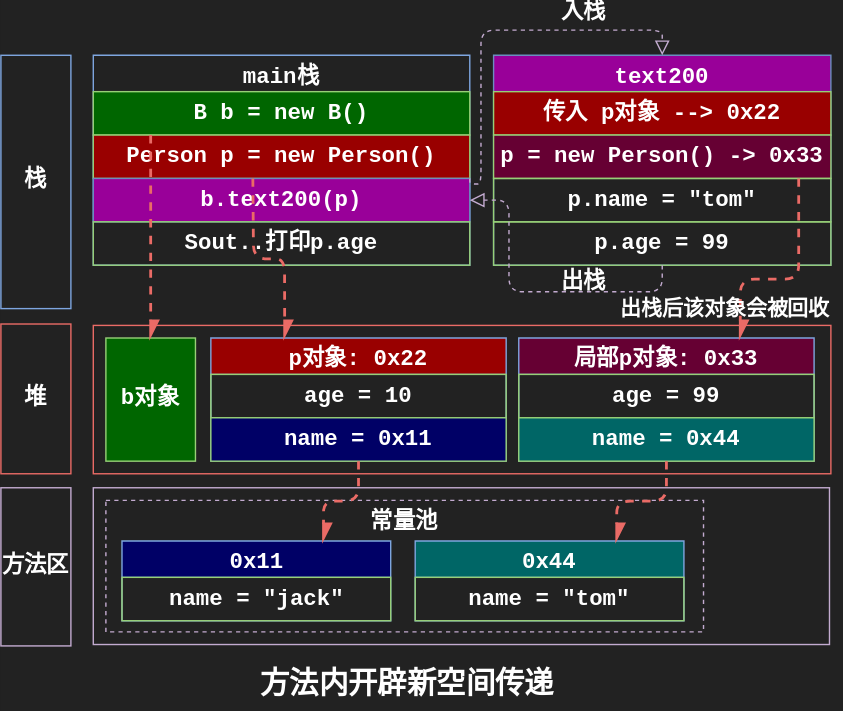
The draw.io diagram drawio/MethodMelloc.svg in Stolorzs/Picgo, before a commit. Source tidied: cells renumbered, new cells last; positions are measured from the earlier drawing's top-left corner, leaving out a move shared by most shapes. The source it was exported from:
```xml
<mxGraphModel background="#222222">
  <root>
    <mxCell id="0" />
    <mxCell id="1" parent="0" />
    <mxCell id="2" style="rounded=0;whiteSpace=wrap;html=1;strokeColor=#C3ABD0;align=center;verticalAlign=middle;fontFamily=Courier New;fontSize=12;fontColor=default;fontStyle=1;labelBackgroundColor=none;fillColor=none;" parent="1" vertex="1">
      <mxGeometry x="66" y="327" width="526" height="112" as="geometry" />
    </mxCell>
    <mxCell id="3" value="&lt;span style=&quot;color: rgb(255, 255, 255); font-size: 16px;&quot;&gt;常量池&lt;/span&gt;" style="rounded=0;whiteSpace=wrap;html=1;strokeColor=#C3ABD0;align=center;verticalAlign=top;fontFamily=Courier New;fontSize=12;fontColor=default;fontStyle=1;labelBackgroundColor=none;fillColor=none;dashed=1;" parent="1" vertex="1">
      <mxGeometry x="75" y="336" width="427" height="94" as="geometry" />
    </mxCell>
    <mxCell id="4" value="&lt;font color=&quot;#ffffff&quot;&gt;&lt;span style=&quot;font-size: 16px;&quot;&gt;main栈&lt;/span&gt;&lt;/font&gt;" style="swimlane;fontStyle=1;align=center;verticalAlign=top;horizontal=1;startSize=26;whiteSpace=wrap;html=1;fontFamily=Courier New;fontSize=12;fontColor=default;labelBackgroundColor=none;strokeColor=#7EA6E0;fillColor=none;" parent="1" vertex="1">
      <mxGeometry x="66" y="18" width="269" height="150" as="geometry" />
    </mxCell>
    <mxCell id="5" value="&lt;font color=&quot;#ffffff&quot;&gt;&lt;span style=&quot;font-size: 16px;&quot;&gt;B b = new B()&lt;/span&gt;&lt;/font&gt;" style="rounded=0;whiteSpace=wrap;html=1;strokeColor=#97D077;align=center;verticalAlign=top;fontFamily=Courier New;fontSize=12;fontColor=default;fontStyle=1;labelBackgroundColor=none;fillColor=#006600;" parent="4" vertex="1">
      <mxGeometry y="26" width="269" height="31" as="geometry" />
    </mxCell>
    <mxCell id="6" value="&lt;font color=&quot;#ffffff&quot;&gt;&lt;span style=&quot;font-size: 16px;&quot;&gt;Person p = new Person()&lt;/span&gt;&lt;/font&gt;" style="rounded=0;whiteSpace=wrap;html=1;strokeColor=#97D077;align=center;verticalAlign=top;fontFamily=Courier New;fontSize=12;fontColor=default;fontStyle=1;labelBackgroundColor=none;fillColor=#990000;" parent="4" vertex="1">
      <mxGeometry y="57" width="269" height="31" as="geometry" />
    </mxCell>
    <mxCell id="7" value="&lt;font color=&quot;#ffffff&quot;&gt;&lt;span style=&quot;font-size: 16px;&quot;&gt;b.text200(p)&lt;/span&gt;&lt;/font&gt;" style="rounded=0;whiteSpace=wrap;html=1;strokeColor=#6c8ebf;align=center;verticalAlign=top;fontFamily=Courier New;fontSize=12;fontStyle=1;labelBackgroundColor=none;fillColor=#990099;" parent="4" vertex="1">
      <mxGeometry y="88" width="269" height="31" as="geometry" />
    </mxCell>
    <mxCell id="8" value="&lt;font color=&quot;#ffffff&quot;&gt;&lt;span style=&quot;font-size: 16px;&quot;&gt;Sout..打印p.age&lt;/span&gt;&lt;/font&gt;" style="rounded=0;whiteSpace=wrap;html=1;strokeColor=#97D077;align=center;verticalAlign=top;fontFamily=Courier New;fontSize=12;fontColor=default;fontStyle=1;labelBackgroundColor=none;fillColor=none;" parent="4" vertex="1">
      <mxGeometry y="119" width="269" height="31" as="geometry" />
    </mxCell>
    <mxCell id="9" value="&lt;font color=&quot;#ffffff&quot;&gt;&lt;span style=&quot;font-size: 16px;&quot;&gt;栈&lt;/span&gt;&lt;/font&gt;" style="rounded=0;whiteSpace=wrap;html=1;strokeColor=#7EA6E0;align=center;verticalAlign=middle;fontFamily=Courier New;fontSize=12;fontColor=default;fontStyle=1;labelBackgroundColor=none;fillColor=none;" parent="1" vertex="1">
      <mxGeometry y="18" width="50" height="181" as="geometry" />
    </mxCell>
    <mxCell id="10" value="&lt;font color=&quot;#ffffff&quot;&gt;&lt;span style=&quot;font-size: 16px;&quot;&gt;text200&lt;/span&gt;&lt;/font&gt;" style="swimlane;fontStyle=1;align=center;verticalAlign=top;horizontal=1;startSize=26;whiteSpace=wrap;html=1;fontFamily=Courier New;fontSize=12;fontColor=default;labelBackgroundColor=none;strokeColor=#6c8ebf;fillColor=#990099;rounded=0;" parent="1" vertex="1">
      <mxGeometry x="352" y="18" width="241" height="150" as="geometry" />
    </mxCell>
    <mxCell id="11" value="&lt;font color=&quot;#ffffff&quot;&gt;&lt;span style=&quot;font-size: 16px;&quot;&gt;传入 p对象 --&amp;gt; 0x22&lt;/span&gt;&lt;/font&gt;" style="rounded=0;whiteSpace=wrap;html=1;strokeColor=#97D077;align=center;verticalAlign=top;fontFamily=Courier New;fontSize=12;fontColor=default;fontStyle=1;labelBackgroundColor=none;fillColor=#990000;" parent="10" vertex="1">
      <mxGeometry y="26" width="241" height="31" as="geometry" />
    </mxCell>
    <mxCell id="12" value="&lt;font color=&quot;#ffffff&quot;&gt;&lt;span style=&quot;font-size: 16px;&quot;&gt;p = new Person() -&amp;gt; 0x33&lt;/span&gt;&lt;/font&gt;" style="rounded=0;whiteSpace=wrap;html=1;strokeColor=#97D077;align=center;verticalAlign=top;fontFamily=Courier New;fontSize=12;fontColor=default;fontStyle=1;labelBackgroundColor=none;fillColor=#660033;" parent="10" vertex="1">
      <mxGeometry y="57" width="241" height="31" as="geometry" />
    </mxCell>
    <mxCell id="13" value="&lt;font color=&quot;#ffffff&quot;&gt;&lt;span style=&quot;font-size: 16px;&quot;&gt;p.name = &quot;tom&quot;&lt;/span&gt;&lt;/font&gt;" style="rounded=0;whiteSpace=wrap;html=1;strokeColor=#97D077;align=center;verticalAlign=top;fontFamily=Courier New;fontSize=12;fontColor=default;fontStyle=1;labelBackgroundColor=none;fillColor=none;" parent="10" vertex="1">
      <mxGeometry y="88" width="241" height="31" as="geometry" />
    </mxCell>
    <mxCell id="14" value="&lt;font color=&quot;#ffffff&quot;&gt;&lt;span style=&quot;font-size: 16px;&quot;&gt;p.age = 99&lt;/span&gt;&lt;/font&gt;" style="rounded=0;whiteSpace=wrap;html=1;strokeColor=#97D077;align=center;verticalAlign=top;fontFamily=Courier New;fontSize=12;fontColor=default;fontStyle=1;labelBackgroundColor=none;fillColor=none;" parent="10" vertex="1">
      <mxGeometry y="119" width="241" height="31" as="geometry" />
    </mxCell>
    <mxCell id="15" style="edgeStyle=orthogonalEdgeStyle;rounded=1;jettySize=auto;html=1;fontFamily=Courier New;fontSize=12;fontColor=default;fontStyle=1;labelBackgroundColor=none;startSize=8;endSize=8;strokeColor=#C3ABD0;endArrow=block;endFill=0;strokeWidth=1;dashed=1;curved=0;exitX=1;exitY=0;exitDx=0;exitDy=0;entryX=0.5;entryY=0;entryDx=0;entryDy=0;" parent="1" edge="1" source="7" target="10">
      <mxGeometry relative="1" as="geometry">
        <Array as="points">
          <mxPoint x="335" y="110" />
          <mxPoint x="343" y="110" />
          <mxPoint x="343" />
          <mxPoint x="473" />
        </Array>
      </mxGeometry>
    </mxCell>
    <mxCell id="16" style="edgeLabel;html=1;align=center;verticalAlign=middle;fontSize=12;strokeColor=#7EA6E0;fontFamily=Courier New;fontColor=default;fontStyle=1;labelBackgroundColor=none;fillColor=none;" parent="15" vertex="1">
      <mxGeometry x="0.11" y="2" relative="1" as="geometry">
        <mxPoint x="1" as="offset" />
      </mxGeometry>
    </mxCell>
    <mxCell id="17" value="&lt;font color=&quot;#ffffff&quot;&gt;&lt;span style=&quot;font-size: 16px;&quot;&gt;入栈&lt;/span&gt;&lt;/font&gt;" style="edgeLabel;html=1;align=center;verticalAlign=middle;fontSize=12;strokeColor=#7EA6E0;fontFamily=Courier New;fontColor=default;fontStyle=1;labelBackgroundColor=none;fillColor=none;" parent="15" vertex="1">
      <mxGeometry x="0.17" y="10" relative="1" as="geometry">
        <mxPoint x="36" y="-3" as="offset" />
      </mxGeometry>
    </mxCell>
    <mxCell id="18" style="edgeStyle=orthogonalEdgeStyle;shape=connector;curved=0;rounded=1;jettySize=auto;html=1;dashed=1;strokeColor=#C3ABD0;strokeWidth=1;align=center;verticalAlign=middle;fontFamily=Courier New;fontSize=12;fontColor=default;fontStyle=1;labelBackgroundColor=none;startSize=8;endArrow=block;endFill=0;endSize=8;exitX=0.5;exitY=1;exitDx=0;exitDy=0;entryX=1;entryY=0.5;entryDx=0;entryDy=0;" parent="1" edge="1" source="14" target="7">
      <mxGeometry relative="1" as="geometry">
        <Array as="points">
          <mxPoint x="472" y="187" />
          <mxPoint x="363" y="187" />
          <mxPoint x="363" y="121" />
        </Array>
      </mxGeometry>
    </mxCell>
    <mxCell id="19" value="&lt;span style=&quot;color: rgb(255, 255, 255); font-size: 16px;&quot;&gt;出栈&lt;/span&gt;" style="edgeLabel;html=1;align=center;verticalAlign=middle;fontSize=12;strokeColor=#7EA6E0;fontFamily=Courier New;fontColor=default;fontStyle=1;labelBackgroundColor=none;fillColor=none;gradientColor=none;" parent="18" vertex="1">
      <mxGeometry x="-0.25" relative="1" as="geometry">
        <mxPoint x="7" y="-7" as="offset" />
      </mxGeometry>
    </mxCell>
    <mxCell id="20" value="&lt;div style=&quot;&quot;&gt;&lt;br&gt;&lt;/div&gt;" style="rounded=0;whiteSpace=wrap;html=1;strokeColor=#EA6B66;align=center;verticalAlign=middle;fontFamily=Courier New;fontSize=12;fontColor=default;fontStyle=1;labelBackgroundColor=none;fillColor=none;" parent="1" vertex="1">
      <mxGeometry x="66" y="211" width="527" height="106" as="geometry" />
    </mxCell>
    <mxCell id="21" value="&lt;font color=&quot;#ffffff&quot;&gt;&lt;span style=&quot;font-size: 16px;&quot;&gt;堆&lt;/span&gt;&lt;/font&gt;" style="rounded=0;whiteSpace=wrap;html=1;strokeColor=#EA6B66;align=center;verticalAlign=middle;fontFamily=Courier New;fontSize=12;fontColor=default;fontStyle=1;labelBackgroundColor=none;fillColor=none;" parent="1" vertex="1">
      <mxGeometry y="210" width="50" height="107" as="geometry" />
    </mxCell>
    <mxCell id="22" value="&lt;span style=&quot;color: rgb(255, 255, 255); font-size: 16px;&quot;&gt;b对象&lt;/span&gt;" style="rounded=0;whiteSpace=wrap;html=1;strokeColor=#97D077;align=center;verticalAlign=middle;fontFamily=Courier New;fontSize=12;fontStyle=1;labelBackgroundColor=none;fillColor=#006600;fontColor=default;" parent="1" vertex="1">
      <mxGeometry x="75" y="220" width="64" height="88" as="geometry" />
    </mxCell>
    <mxCell id="23" value="&lt;font color=&quot;#ffffff&quot;&gt;&lt;span style=&quot;font-size: 16px;&quot;&gt;方法区&lt;/span&gt;&lt;/font&gt;" style="rounded=0;whiteSpace=wrap;html=1;strokeColor=#C3ABD0;align=center;verticalAlign=middle;fontFamily=Courier New;fontSize=12;fontColor=default;fontStyle=1;labelBackgroundColor=none;fillColor=none;" parent="1" vertex="1">
      <mxGeometry y="327" width="50" height="113" as="geometry" />
    </mxCell>
    <mxCell id="24" style="edgeStyle=orthogonalEdgeStyle;shape=connector;curved=0;rounded=1;jettySize=auto;html=1;entryX=0.5;entryY=0;entryDx=0;entryDy=0;dashed=1;strokeColor=#EA6B66;strokeWidth=2;align=center;verticalAlign=middle;fontFamily=Courier New;fontSize=12;fontColor=default;fontStyle=1;labelBackgroundColor=none;startSize=8;endArrow=async;endFill=1;endSize=8;" parent="1" edge="1" source="5" target="22">
      <mxGeometry relative="1" as="geometry">
        <Array as="points">
          <mxPoint x="107" y="117" />
          <mxPoint x="107" y="117" />
        </Array>
      </mxGeometry>
    </mxCell>
    <mxCell id="25" value="&lt;font color=&quot;#ffffff&quot;&gt;&lt;span style=&quot;font-size: 21px;&quot;&gt;方法内开辟新空间传递&lt;/span&gt;&lt;/font&gt;" style="text;html=1;align=center;verticalAlign=middle;strokeColor=none;fillColor=none;fontSize=12;fontFamily=Courier New;fontColor=default;fontStyle=1;labelBackgroundColor=none;" parent="1" vertex="1">
      <mxGeometry x="176" y="449" width="228" height="37" as="geometry" />
    </mxCell>
    <mxCell id="26" value="&lt;font color=&quot;#ffffff&quot;&gt;&lt;span style=&quot;font-size: 16px;&quot;&gt;p对象: 0x22&lt;/span&gt;&lt;/font&gt;" style="swimlane;fontStyle=1;align=center;verticalAlign=top;horizontal=1;startSize=26;whiteSpace=wrap;html=1;fontFamily=Courier New;fontSize=12;fontColor=default;labelBackgroundColor=none;strokeColor=#7EA6E0;fillColor=#990000;" parent="1" vertex="1">
      <mxGeometry x="150" y="220" width="211" height="88" as="geometry" />
    </mxCell>
    <mxCell id="27" value="&lt;font color=&quot;#ffffff&quot;&gt;&lt;span style=&quot;font-size: 16px;&quot;&gt;age = 10&lt;/span&gt;&lt;/font&gt;" style="rounded=0;whiteSpace=wrap;html=1;strokeColor=#97D077;align=center;verticalAlign=top;fontFamily=Courier New;fontSize=12;fontColor=default;fontStyle=1;labelBackgroundColor=none;fillColor=none;" parent="26" vertex="1">
      <mxGeometry y="26" width="211" height="31" as="geometry" />
    </mxCell>
    <mxCell id="28" value="&lt;font color=&quot;#ffffff&quot;&gt;&lt;span style=&quot;font-size: 16px;&quot;&gt;name = 0x11&lt;/span&gt;&lt;/font&gt;" style="rounded=0;whiteSpace=wrap;html=1;strokeColor=#97D077;align=center;verticalAlign=top;fontFamily=Courier New;fontSize=12;fontColor=default;fontStyle=1;labelBackgroundColor=none;fillColor=#000066;" parent="26" vertex="1">
      <mxGeometry y="57" width="211" height="31" as="geometry" />
    </mxCell>
    <mxCell id="29" style="edgeStyle=orthogonalEdgeStyle;shape=connector;curved=0;rounded=1;jettySize=auto;html=1;dashed=1;strokeColor=#EA6B66;strokeWidth=2;align=center;verticalAlign=middle;fontFamily=Courier New;fontSize=12;fontColor=default;fontStyle=1;labelBackgroundColor=none;startSize=8;endArrow=async;endFill=1;endSize=8;entryX=0.25;entryY=0;entryDx=0;entryDy=0;" parent="1" edge="1" target="26">
      <mxGeometry relative="1" as="geometry">
        <mxPoint x="180" y="106" as="sourcePoint" />
      </mxGeometry>
    </mxCell>
    <mxCell id="30" value="&lt;font color=&quot;#ffffff&quot;&gt;&lt;span style=&quot;font-size: 16px;&quot;&gt;0x11&lt;/span&gt;&lt;/font&gt;" style="swimlane;fontStyle=1;align=center;verticalAlign=top;horizontal=1;startSize=26;whiteSpace=wrap;html=1;fontFamily=Courier New;fontSize=12;fontColor=default;labelBackgroundColor=none;strokeColor=#7EA6E0;fillColor=#000066;" parent="1" vertex="1">
      <mxGeometry x="86.5" y="365" width="192" height="57" as="geometry" />
    </mxCell>
    <mxCell id="31" value="&lt;font color=&quot;#ffffff&quot;&gt;&lt;span style=&quot;font-size: 16px;&quot;&gt;name = &quot;jack&quot;&lt;/span&gt;&lt;/font&gt;" style="rounded=0;whiteSpace=wrap;html=1;strokeColor=#97D077;align=center;verticalAlign=top;fontFamily=Courier New;fontSize=12;fontColor=default;fontStyle=1;labelBackgroundColor=none;fillColor=none;" parent="30" vertex="1">
      <mxGeometry y="26" width="192" height="31" as="geometry" />
    </mxCell>
    <mxCell id="32" value="&lt;font color=&quot;#ffffff&quot;&gt;&lt;span style=&quot;font-size: 16px;&quot;&gt;局部p对象: 0x33&lt;/span&gt;&lt;/font&gt;" style="swimlane;fontStyle=1;align=center;verticalAlign=top;horizontal=1;startSize=26;whiteSpace=wrap;html=1;fontFamily=Courier New;fontSize=12;fontColor=default;labelBackgroundColor=none;strokeColor=#7EA6E0;fillColor=#660033;" parent="1" vertex="1">
      <mxGeometry x="370" y="220" width="211" height="88" as="geometry" />
    </mxCell>
    <mxCell id="33" value="&lt;font color=&quot;#ffffff&quot;&gt;&lt;span style=&quot;font-size: 16px;&quot;&gt;age = 99&lt;/span&gt;&lt;/font&gt;" style="rounded=0;whiteSpace=wrap;html=1;strokeColor=#97D077;align=center;verticalAlign=top;fontFamily=Courier New;fontSize=12;fontColor=default;fontStyle=1;labelBackgroundColor=none;fillColor=none;" parent="32" vertex="1">
      <mxGeometry y="26" width="211" height="31" as="geometry" />
    </mxCell>
    <mxCell id="34" value="&lt;font color=&quot;#ffffff&quot;&gt;&lt;span style=&quot;font-size: 16px;&quot;&gt;name = 0x44&lt;/span&gt;&lt;/font&gt;" style="rounded=0;whiteSpace=wrap;html=1;strokeColor=#97D077;align=center;verticalAlign=top;fontFamily=Courier New;fontSize=12;fontColor=default;fontStyle=1;labelBackgroundColor=none;fillColor=#006666;" parent="32" vertex="1">
      <mxGeometry y="57" width="211" height="31" as="geometry" />
    </mxCell>
    <mxCell id="35" style="edgeStyle=orthogonalEdgeStyle;shape=connector;curved=0;rounded=1;jettySize=auto;html=1;entryX=0.75;entryY=0;entryDx=0;entryDy=0;dashed=1;strokeColor=#EA6B66;strokeWidth=2;align=center;verticalAlign=middle;fontFamily=Courier New;fontSize=12;fontColor=default;fontStyle=1;labelBackgroundColor=none;startSize=8;endArrow=async;endFill=1;endSize=8;" parent="1" edge="1" source="12" target="32">
      <mxGeometry relative="1" as="geometry">
        <Array as="points">
          <mxPoint x="570" y="178" />
          <mxPoint x="528" y="178" />
        </Array>
      </mxGeometry>
    </mxCell>
    <mxCell id="36" value="&lt;font color=&quot;#ffffff&quot;&gt;&lt;span style=&quot;font-size: 16px;&quot;&gt;0x44&lt;/span&gt;&lt;/font&gt;" style="swimlane;fontStyle=1;align=center;verticalAlign=top;horizontal=1;startSize=26;whiteSpace=wrap;html=1;fontFamily=Courier New;fontSize=12;fontColor=default;labelBackgroundColor=none;strokeColor=#7EA6E0;fillColor=#006666;" parent="1" vertex="1">
      <mxGeometry x="296" y="365" width="192" height="57" as="geometry" />
    </mxCell>
    <mxCell id="37" value="&lt;font color=&quot;#ffffff&quot;&gt;&lt;span style=&quot;font-size: 16px;&quot;&gt;name = &quot;tom&quot;&lt;/span&gt;&lt;/font&gt;" style="rounded=0;whiteSpace=wrap;html=1;strokeColor=#97D077;align=center;verticalAlign=top;fontFamily=Courier New;fontSize=12;fontColor=default;fontStyle=1;labelBackgroundColor=none;fillColor=none;" parent="36" vertex="1">
      <mxGeometry y="26" width="192" height="31" as="geometry" />
    </mxCell>
    <mxCell id="38" style="edgeStyle=orthogonalEdgeStyle;shape=connector;curved=0;rounded=1;jettySize=auto;html=1;entryX=0.75;entryY=0;entryDx=0;entryDy=0;dashed=1;strokeColor=#EA6B66;strokeWidth=2;align=center;verticalAlign=middle;fontFamily=Courier New;fontSize=12;fontColor=default;fontStyle=1;labelBackgroundColor=none;startSize=8;endArrow=async;endFill=1;endSize=8;" parent="1" edge="1" source="28" target="30">
      <mxGeometry relative="1" as="geometry" />
    </mxCell>
    <mxCell id="39" style="edgeStyle=orthogonalEdgeStyle;shape=connector;curved=0;rounded=1;jettySize=auto;html=1;entryX=0.75;entryY=0;entryDx=0;entryDy=0;dashed=1;strokeColor=#EA6B66;strokeWidth=2;align=center;verticalAlign=middle;fontFamily=Courier New;fontSize=12;fontColor=default;fontStyle=1;labelBackgroundColor=none;startSize=8;endArrow=async;endFill=1;endSize=8;" parent="1" edge="1" source="34" target="36">
      <mxGeometry relative="1" as="geometry" />
    </mxCell>
    <mxCell id="40" value="&lt;font style=&quot;font-size: 15px;&quot; color=&quot;#ffffff&quot;&gt;出栈后该对象会被回收&lt;/font&gt;" style="text;html=1;align=center;verticalAlign=middle;strokeColor=none;fillColor=none;fontSize=12;fontFamily=Courier New;fontColor=default;fontStyle=1;labelBackgroundColor=none;" parent="1" vertex="1">
      <mxGeometry x="433" y="185" width="168" height="30" as="geometry" />
    </mxCell>
  </root>
</mxGraphModel>
```
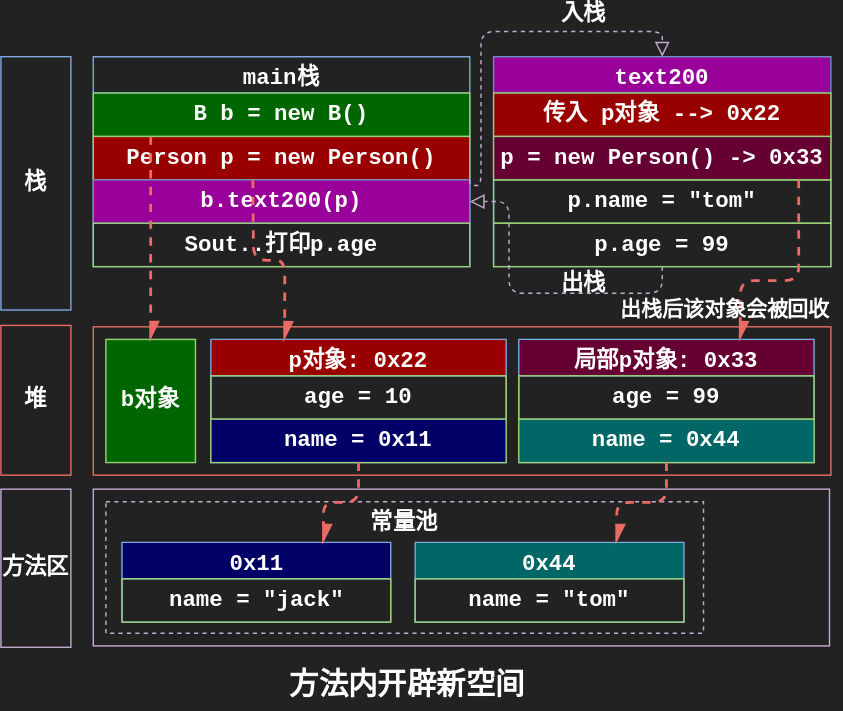
After the change.

Diff of the diagram source:
```diff
@@ -95,8 +95,8 @@
         </Array>
       </mxGeometry>
     </mxCell>
-    <mxCell id="25" value="&lt;font color=&quot;#ffffff&quot;&gt;&lt;span style=&quot;font-size: 21px;&quot;&gt;方法内开辟新空间传递&lt;/span&gt;&lt;/font&gt;" style="text;html=1;align=center;verticalAlign=middle;strokeColor=none;fillColor=none;fontSize=12;fontFamily=Courier New;fontColor=default;fontStyle=1;labelBackgroundColor=none;" parent="1" vertex="1">
-      <mxGeometry x="176" y="449" width="228" height="37" as="geometry" />
+    <mxCell id="25" value="&lt;font color=&quot;#ffffff&quot;&gt;&lt;span style=&quot;font-size: 21px;&quot;&gt;方法内开辟新空间&lt;/span&gt;&lt;/font&gt;" style="text;html=1;align=center;verticalAlign=middle;strokeColor=none;fillColor=none;fontSize=12;fontFamily=Courier New;fontColor=default;fontStyle=1;labelBackgroundColor=none;" parent="1" vertex="1">
+      <mxGeometry x="197" y="450" width="186" height="36" as="geometry" />
     </mxCell>
     <mxCell id="26" value="&lt;font color=&quot;#ffffff&quot;&gt;&lt;span style=&quot;font-size: 16px;&quot;&gt;p对象: 0x22&lt;/span&gt;&lt;/font&gt;" style="swimlane;fontStyle=1;align=center;verticalAlign=top;horizontal=1;startSize=26;whiteSpace=wrap;html=1;fontFamily=Courier New;fontSize=12;fontColor=default;labelBackgroundColor=none;strokeColor=#7EA6E0;fillColor=#990000;" parent="1" vertex="1">
       <mxGeometry x="150" y="220" width="211" height="88" as="geometry" />
```
